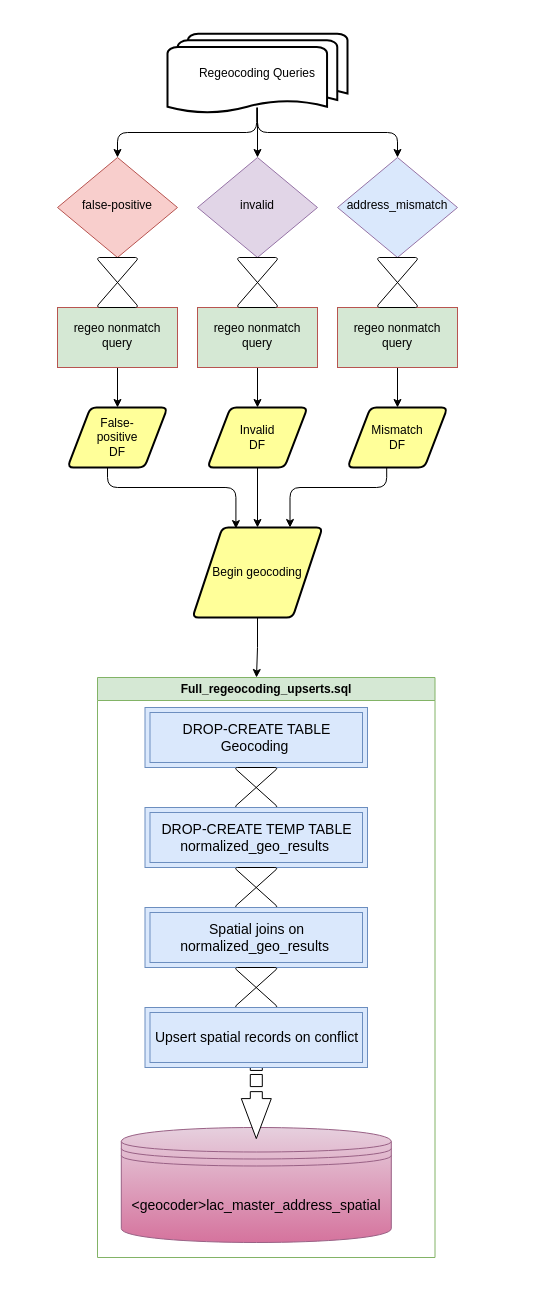
Primordial-Haggis/LA_county_vax_etl_workflow keeps this draw.io diagram as regeocoding_pipeline.drawio. Above is the earlier version. Source tidied: cells renumbered, new cells numbered last; positions are measured from the earlier drawing's top-left corner, leaving out a move shared by most shapes. Both pictures are drawn from the tidied source at 100%, with x=0, y=0 at pixel (57, 33).
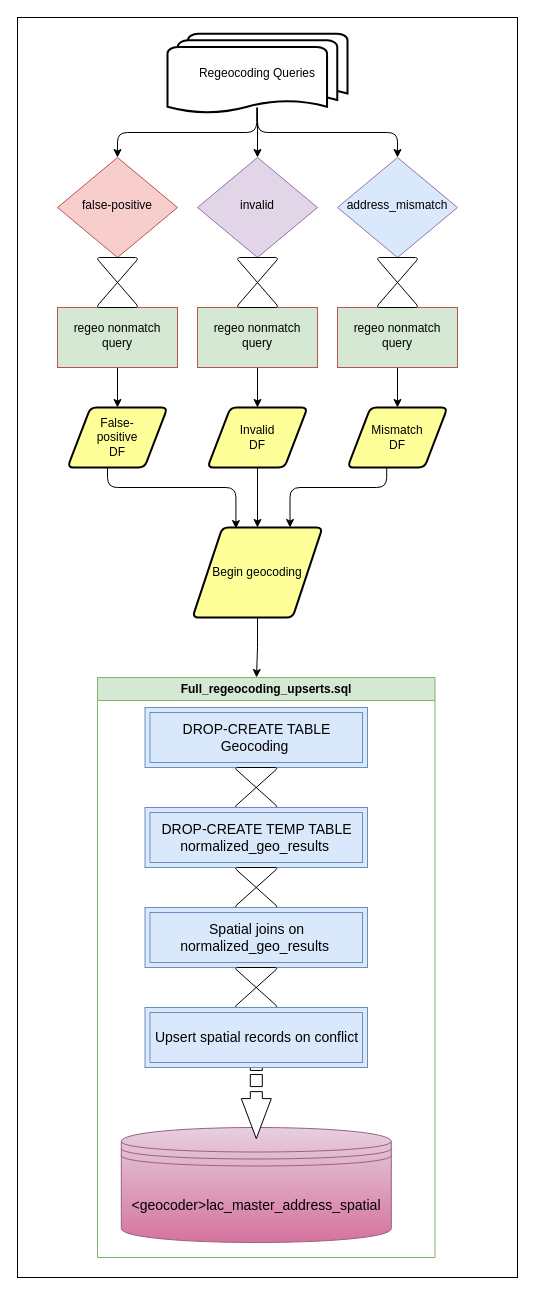
The same page after the edit.

Diff of the diagram source:
```diff
@@
+    <mxCell id="38" style="rounded=0;whiteSpace=wrap;html=1;" parent="1" vertex="1">
+      <mxGeometry x="-40" y="-16" width="500" height="1260" as="geometry" />
+    </mxCell>
```
